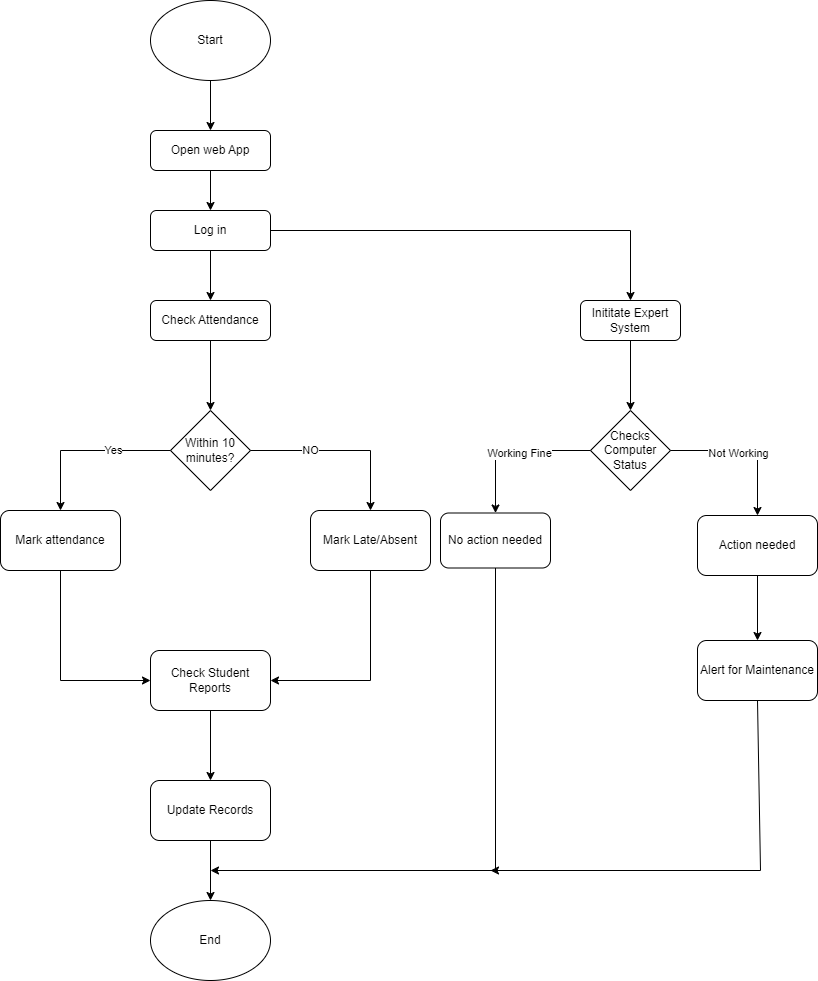
Above: diagrams/Flow Chart.png in samiiraryal/Smart-Lab-Management-System (draw.io), before the change. Source tidied: cells renumbered, new cells last; positions are measured from the earlier drawing's top-left corner, leaving out a move shared by most shapes. Its diagram source:
```xml
<mxGraphModel>
  <root>
    <mxCell id="0" />
    <mxCell id="1" parent="0" />
    <mxCell id="2" value="Open web App" style="rounded=1;whiteSpace=wrap;html=1;fontSize=12;glass=0;strokeWidth=1;shadow=0;" parent="1" vertex="1">
      <mxGeometry x="150" y="130" width="120" height="40" as="geometry" />
    </mxCell>
    <mxCell id="3" value="Log in" style="rounded=1;whiteSpace=wrap;html=1;fontSize=12;glass=0;strokeWidth=1;shadow=0;" parent="1" vertex="1">
      <mxGeometry x="150" y="210" width="120" height="40" as="geometry" />
    </mxCell>
    <mxCell id="4" style="endArrow=classic;html=1;rounded=0;exitX=0.5;exitY=1;exitDx=0;exitDy=0;entryX=0.5;entryY=0;entryDx=0;entryDy=0;" parent="1" edge="1" source="2" target="3">
      <mxGeometry relative="1" as="geometry" />
    </mxCell>
    <mxCell id="5" style="endArrow=classic;html=1;rounded=0;exitX=0.5;exitY=1;exitDx=0;exitDy=0;entryX=0.5;entryY=0;entryDx=0;entryDy=0;" parent="1" edge="1" target="2">
      <mxGeometry relative="1" as="geometry">
        <mxPoint x="210" y="80" as="sourcePoint" />
      </mxGeometry>
    </mxCell>
    <mxCell id="6" style="endArrow=classic;html=1;rounded=0;exitX=0.5;exitY=1;exitDx=0;exitDy=0;entryX=0.5;entryY=0;entryDx=0;entryDy=0;" parent="1" edge="1" source="3" target="7">
      <mxGeometry relative="1" as="geometry" />
    </mxCell>
    <mxCell id="7" value="Check Attendance" style="rounded=1;whiteSpace=wrap;html=1;" parent="1" vertex="1">
      <mxGeometry x="150" y="300" width="120" height="40" as="geometry" />
    </mxCell>
    <mxCell id="8" value="Within 10 minutes?" style="rhombus;whiteSpace=wrap;html=1;" parent="1" vertex="1">
      <mxGeometry x="170" y="410" width="80" height="80" as="geometry" />
    </mxCell>
    <mxCell id="9" style="endArrow=classic;html=1;rounded=0;exitX=0.5;exitY=1;exitDx=0;exitDy=0;" parent="1" edge="1" source="7" target="8">
      <mxGeometry relative="1" as="geometry" />
    </mxCell>
    <mxCell id="10" value="Yes" style="endArrow=classic;html=1;rounded=0;exitX=0;exitY=0.5;exitDx=0;exitDy=0;entryX=0.5;entryY=0;entryDx=0;entryDy=0;" parent="1" edge="1" source="8" target="12">
      <mxGeometry x="-0.33" relative="1" as="geometry">
        <Array as="points">
          <mxPoint x="60" y="450" />
        </Array>
      </mxGeometry>
    </mxCell>
    <mxCell id="11" value="NO" style="endArrow=classic;html=1;rounded=0;exitX=1;exitY=0.5;exitDx=0;exitDy=0;entryX=0.5;entryY=0;entryDx=0;entryDy=0;" parent="1" edge="1" source="8" target="13">
      <mxGeometry x="-0.33" relative="1" as="geometry">
        <Array as="points">
          <mxPoint x="370" y="450" />
        </Array>
      </mxGeometry>
    </mxCell>
    <mxCell id="12" value="Mark attendance" style="rounded=1;whiteSpace=wrap;html=1;" parent="1" vertex="1">
      <mxGeometry y="510" width="120" height="60" as="geometry" />
    </mxCell>
    <mxCell id="13" value="Mark Late/Absent" style="rounded=1;whiteSpace=wrap;html=1;" parent="1" vertex="1">
      <mxGeometry x="310" y="510" width="120" height="60" as="geometry" />
    </mxCell>
    <mxCell id="14" style="endArrow=classic;html=1;rounded=0;exitX=0.5;exitY=1;exitDx=0;exitDy=0;entryX=0;entryY=0.5;entryDx=0;entryDy=0;" parent="1" edge="1" source="12" target="15">
      <mxGeometry relative="1" as="geometry">
        <Array as="points">
          <mxPoint x="60" y="680" />
        </Array>
      </mxGeometry>
    </mxCell>
    <mxCell id="15" value="Check Student Reports" style="rounded=1;whiteSpace=wrap;html=1;" parent="1" vertex="1">
      <mxGeometry x="150" y="650" width="120" height="60" as="geometry" />
    </mxCell>
    <mxCell id="16" style="endArrow=classic;html=1;rounded=0;entryX=1;entryY=0.5;entryDx=0;entryDy=0;" parent="1" edge="1" source="13" target="15">
      <mxGeometry relative="1" as="geometry">
        <Array as="points">
          <mxPoint x="370" y="680" />
        </Array>
      </mxGeometry>
    </mxCell>
    <mxCell id="17" style="endArrow=classic;html=1;rounded=0;exitX=0.5;exitY=1;exitDx=0;exitDy=0;entryX=0.5;entryY=0;entryDx=0;entryDy=0;" parent="1" edge="1" source="15" target="18">
      <mxGeometry relative="1" as="geometry" />
    </mxCell>
    <mxCell id="18" value="Update Records" style="rounded=1;whiteSpace=wrap;html=1;" parent="1" vertex="1">
      <mxGeometry x="150" y="780" width="120" height="60" as="geometry" />
    </mxCell>
    <mxCell id="19" style="endArrow=classic;html=1;rounded=0;exitX=0.5;exitY=1;exitDx=0;exitDy=0;entryX=0.5;entryY=0;entryDx=0;entryDy=0;" parent="1" edge="1" source="18" target="30">
      <mxGeometry relative="1" as="geometry" />
    </mxCell>
    <mxCell id="20" style="endArrow=classic;html=1;rounded=0;exitX=1;exitY=0.5;exitDx=0;exitDy=0;entryX=0.5;entryY=0;entryDx=0;entryDy=0;" parent="1" edge="1" source="3" target="21">
      <mxGeometry relative="1" as="geometry">
        <Array as="points">
          <mxPoint x="630" y="230" />
        </Array>
      </mxGeometry>
    </mxCell>
    <mxCell id="21" value="Inititate Expert System" style="rounded=1;whiteSpace=wrap;html=1;" parent="1" vertex="1">
      <mxGeometry x="580" y="300" width="100" height="40" as="geometry" />
    </mxCell>
    <mxCell id="22" style="endArrow=classic;html=1;rounded=0;exitX=0.5;exitY=1;exitDx=0;exitDy=0;entryX=0.5;entryY=0;entryDx=0;entryDy=0;" parent="1" edge="1" source="21" target="23">
      <mxGeometry relative="1" as="geometry" />
    </mxCell>
    <mxCell id="23" value="Checks Computer Status" style="rhombus;whiteSpace=wrap;html=1;" parent="1" vertex="1">
      <mxGeometry x="590" y="410" width="80" height="80" as="geometry" />
    </mxCell>
    <mxCell id="24" style="endArrow=classic;html=1;rounded=0;exitX=1;exitY=0.5;exitDx=0;exitDy=0;entryX=0.5;entryY=0;entryDx=0;entryDy=0;" parent="1" edge="1" source="23" target="29">
      <mxGeometry relative="1" as="geometry">
        <Array as="points">
          <mxPoint x="757" y="450" />
        </Array>
      </mxGeometry>
    </mxCell>
    <mxCell id="25" value="Not Working" style="edgeLabel;html=1;align=center;verticalAlign=middle;" parent="24" vertex="1">
      <mxGeometry x="-0.12" y="-2" relative="1" as="geometry" />
    </mxCell>
    <mxCell id="26" style="endArrow=classic;html=1;rounded=0;exitX=0;exitY=0.5;exitDx=0;exitDy=0;entryX=0.5;entryY=0;entryDx=0;entryDy=0;" parent="1" edge="1" source="23" target="28">
      <mxGeometry relative="1" as="geometry">
        <Array as="points">
          <mxPoint x="495" y="450" />
        </Array>
      </mxGeometry>
    </mxCell>
    <mxCell id="27" value="Working Fine" style="edgeLabel;html=1;align=center;verticalAlign=middle;" parent="26" vertex="1">
      <mxGeometry x="-0.09" y="2" relative="1" as="geometry" />
    </mxCell>
    <mxCell id="28" value="No action needed" style="rounded=1;whiteSpace=wrap;html=1;" parent="1" vertex="1">
      <mxGeometry x="440" y="512.5" width="110" height="55" as="geometry" />
    </mxCell>
    <mxCell id="29" value="Action needed" style="rounded=1;whiteSpace=wrap;html=1;" parent="1" vertex="1">
      <mxGeometry x="697" y="515" width="120" height="60" as="geometry" />
    </mxCell>
    <mxCell id="30" value="End" style="ellipse;whiteSpace=wrap;html=1;" parent="1" vertex="1">
      <mxGeometry x="150" y="900" width="120" height="80" as="geometry" />
    </mxCell>
    <mxCell id="31" style="endArrow=classic;html=1;rounded=0;exitX=0.5;exitY=1;exitDx=0;exitDy=0;" parent="1" edge="1" source="28">
      <mxGeometry relative="1" as="geometry">
        <mxPoint x="210" y="870" as="targetPoint" />
        <Array as="points">
          <mxPoint x="495" y="870" />
        </Array>
      </mxGeometry>
    </mxCell>
    <mxCell id="32" style="endArrow=classic;html=1;rounded=0;exitX=0.5;exitY=1;exitDx=0;exitDy=0;entryX=0.5;entryY=0;entryDx=0;entryDy=0;" parent="1" edge="1" source="29" target="33">
      <mxGeometry relative="1" as="geometry" />
    </mxCell>
    <mxCell id="33" value="Alert for Maintenance" style="rounded=1;whiteSpace=wrap;html=1;" parent="1" vertex="1">
      <mxGeometry x="697" y="640" width="120" height="60" as="geometry" />
    </mxCell>
    <mxCell id="34" style="endArrow=classic;html=1;rounded=0;exitX=0.5;exitY=1;exitDx=0;exitDy=0;" parent="1" edge="1" source="33">
      <mxGeometry relative="1" as="geometry">
        <mxPoint x="490" y="870" as="targetPoint" />
        <Array as="points">
          <mxPoint x="760" y="870" />
        </Array>
      </mxGeometry>
    </mxCell>
    <mxCell id="35" value="Start" style="ellipse;whiteSpace=wrap;html=1;" parent="1" vertex="1">
      <mxGeometry x="150" width="120" height="80" as="geometry" />
    </mxCell>
  </root>
</mxGraphModel>
```
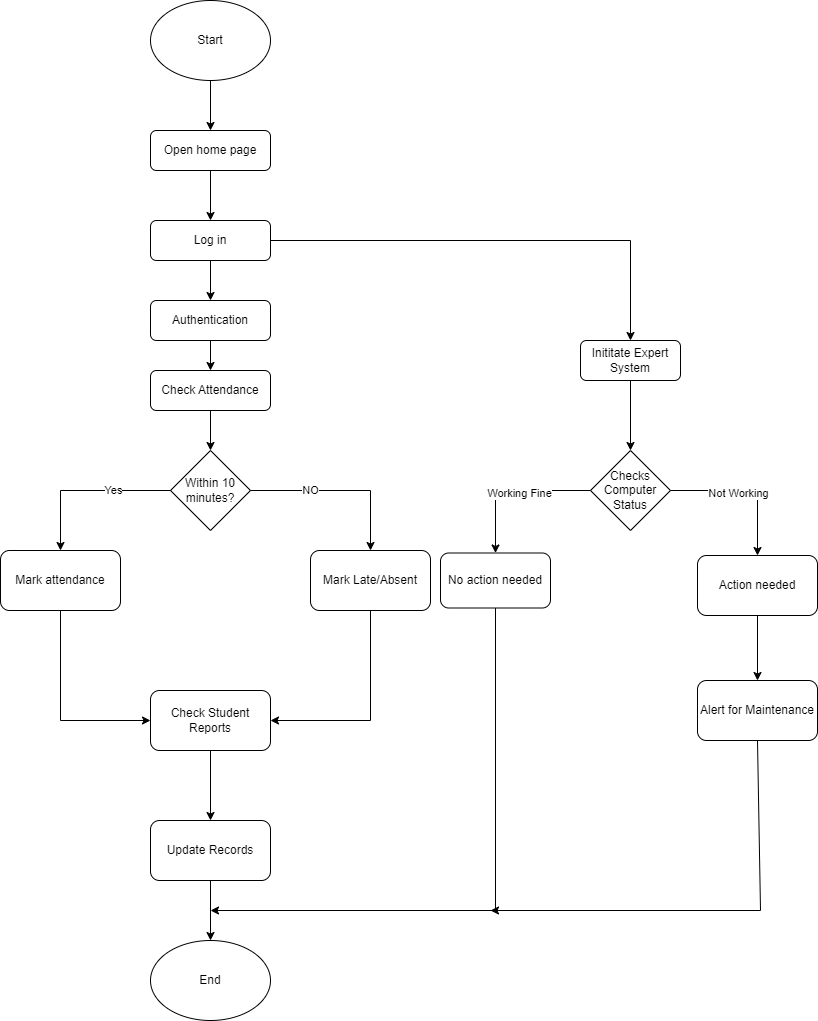
Above is the later version.

The edit, as a diff of the source:
```diff
@@ -2,25 +2,23 @@
   <root>
     <mxCell id="0" />
     <mxCell id="1" parent="0" />
-    <mxCell id="2" value="Open web App" style="rounded=1;whiteSpace=wrap;html=1;fontSize=12;glass=0;strokeWidth=1;shadow=0;" parent="1" vertex="1">
-      <mxGeometry x="150" y="130" width="120" height="40" as="geometry" />
+    <mxCell id="2" value="Open home page" style="rounded=1;whiteSpace=wrap;html=1;fontSize=12;glass=0;strokeWidth=1;shadow=0;" parent="1" vertex="1">
+      <mxGeometry x="150" y="90" width="120" height="40" as="geometry" />
     </mxCell>
     <mxCell id="3" value="Log in" style="rounded=1;whiteSpace=wrap;html=1;fontSize=12;glass=0;strokeWidth=1;shadow=0;" parent="1" vertex="1">
-      <mxGeometry x="150" y="210" width="120" height="40" as="geometry" />
+      <mxGeometry x="150" y="180" width="120" height="40" as="geometry" />
     </mxCell>
     <mxCell id="4" style="endArrow=classic;html=1;rounded=0;exitX=0.5;exitY=1;exitDx=0;exitDy=0;entryX=0.5;entryY=0;entryDx=0;entryDy=0;" parent="1" edge="1" source="2" target="3">
       <mxGeometry relative="1" as="geometry" />
     </mxCell>
-    <mxCell id="5" style="endArrow=classic;html=1;rounded=0;exitX=0.5;exitY=1;exitDx=0;exitDy=0;entryX=0.5;entryY=0;entryDx=0;entryDy=0;" parent="1" edge="1" target="2">
-      <mxGeometry relative="1" as="geometry">
-        <mxPoint x="210" y="80" as="sourcePoint" />
-      </mxGeometry>
+    <mxCell id="5" style="endArrow=classic;html=1;rounded=0;exitX=0.5;exitY=1;exitDx=0;exitDy=0;entryX=0.5;entryY=0;entryDx=0;entryDy=0;" parent="1" edge="1" source="35" target="2">
+      <mxGeometry relative="1" as="geometry" />
     </mxCell>
-    <mxCell id="6" style="endArrow=classic;html=1;rounded=0;exitX=0.5;exitY=1;exitDx=0;exitDy=0;entryX=0.5;entryY=0;entryDx=0;entryDy=0;" parent="1" edge="1" source="3" target="7">
+    <mxCell id="6" style="endArrow=classic;html=1;rounded=0;entryX=0.5;entryY=0;entryDx=0;entryDy=0;exitX=0.5;exitY=1;exitDx=0;exitDy=0;" parent="1" edge="1" source="36" target="7">
       <mxGeometry relative="1" as="geometry" />
     </mxCell>
     <mxCell id="7" value="Check Attendance" style="rounded=1;whiteSpace=wrap;html=1;" parent="1" vertex="1">
-      <mxGeometry x="150" y="300" width="120" height="40" as="geometry" />
+      <mxGeometry x="150" y="330" width="120" height="40" as="geometry" />
     </mxCell>
     <mxCell id="8" value="Within 10 minutes?" style="rhombus;whiteSpace=wrap;html=1;" parent="1" vertex="1">
       <mxGeometry x="170" y="410" width="80" height="80" as="geometry" />
@@ -77,7 +75,7 @@
     <mxCell id="20" style="endArrow=classic;html=1;rounded=0;exitX=1;exitY=0.5;exitDx=0;exitDy=0;entryX=0.5;entryY=0;entryDx=0;entryDy=0;" parent="1" edge="1" source="3" target="21">
       <mxGeometry relative="1" as="geometry">
         <Array as="points">
-          <mxPoint x="630" y="230" />
+          <mxPoint x="630" y="200" />
         </Array>
       </mxGeometry>
     </mxCell>
@@ -142,7 +140,13 @@
       </mxGeometry>
     </mxCell>
     <mxCell id="35" value="Start" style="ellipse;whiteSpace=wrap;html=1;" parent="1" vertex="1">
-      <mxGeometry x="150" width="120" height="80" as="geometry" />
+      <mxGeometry x="150" y="-40" width="120" height="80" as="geometry" />
     </mxCell>
+    <mxCell id="36" value="Authentication" style="rounded=1;whiteSpace=wrap;html=1;" parent="1" vertex="1">
+      <mxGeometry x="150" y="260" width="120" height="40" as="geometry" />
+    </mxCell>
+    <mxCell id="37" style="endArrow=classic;html=1;rounded=0;exitX=0.5;exitY=1;exitDx=0;exitDy=0;entryX=0.5;entryY=0;entryDx=0;entryDy=0;" parent="1" edge="1" source="3" target="36">
+      <mxGeometry relative="1" as="geometry" />
+    </mxCell>
   </root>
 </mxGraphModel>
```
